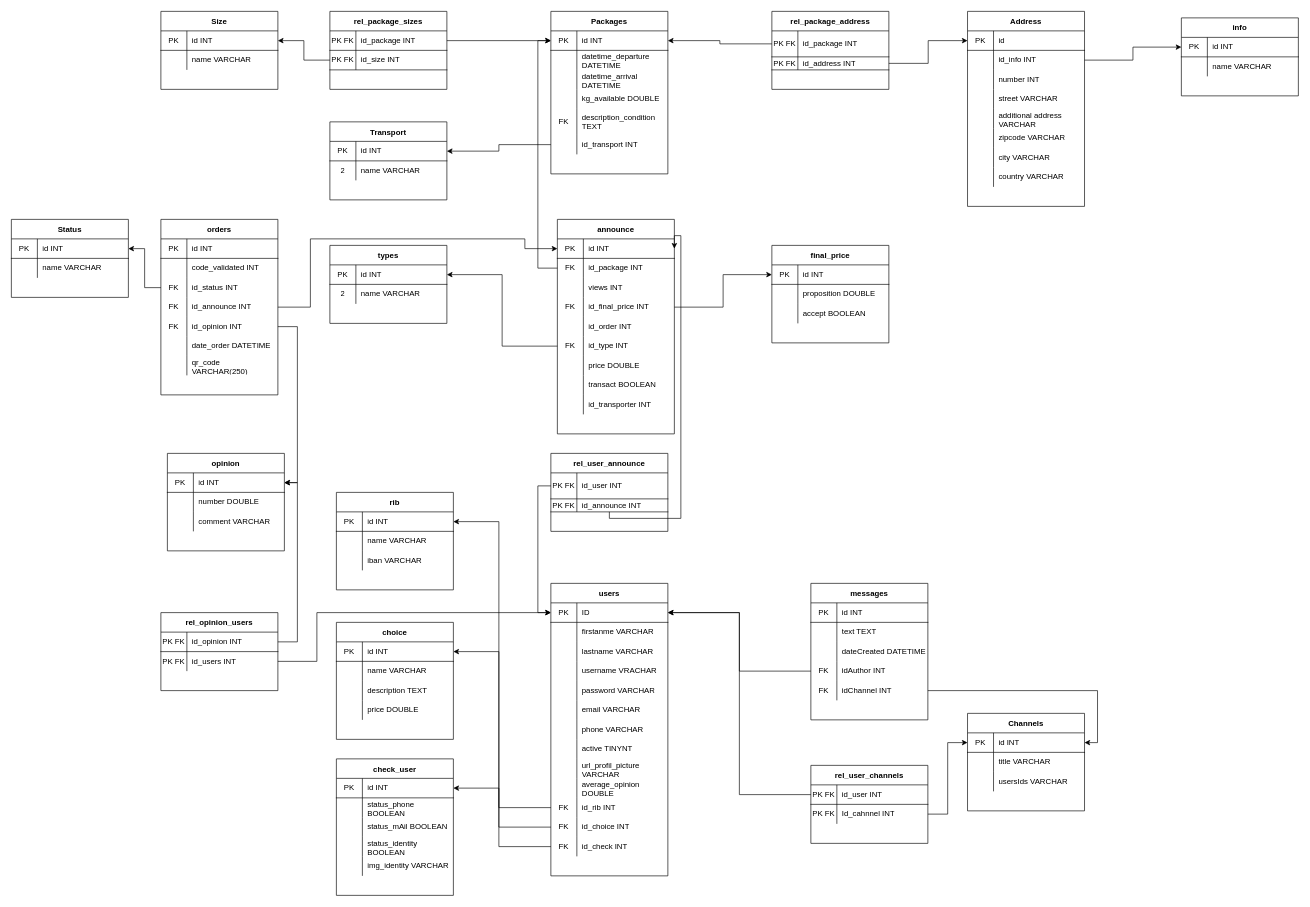
This is resource/schemabdd.drawio from COMMUNIER-Pierrick/weezli_back-end, a draw.io file, before an edit. Source tidied: cells renumbered, new cells numbered last; positions are measured from the earlier drawing's top-left corner, leaving out a move shared by most shapes. Both pictures are drawn from the tidied source at 65%, with x=0, y=0 at pixel (11, 11).
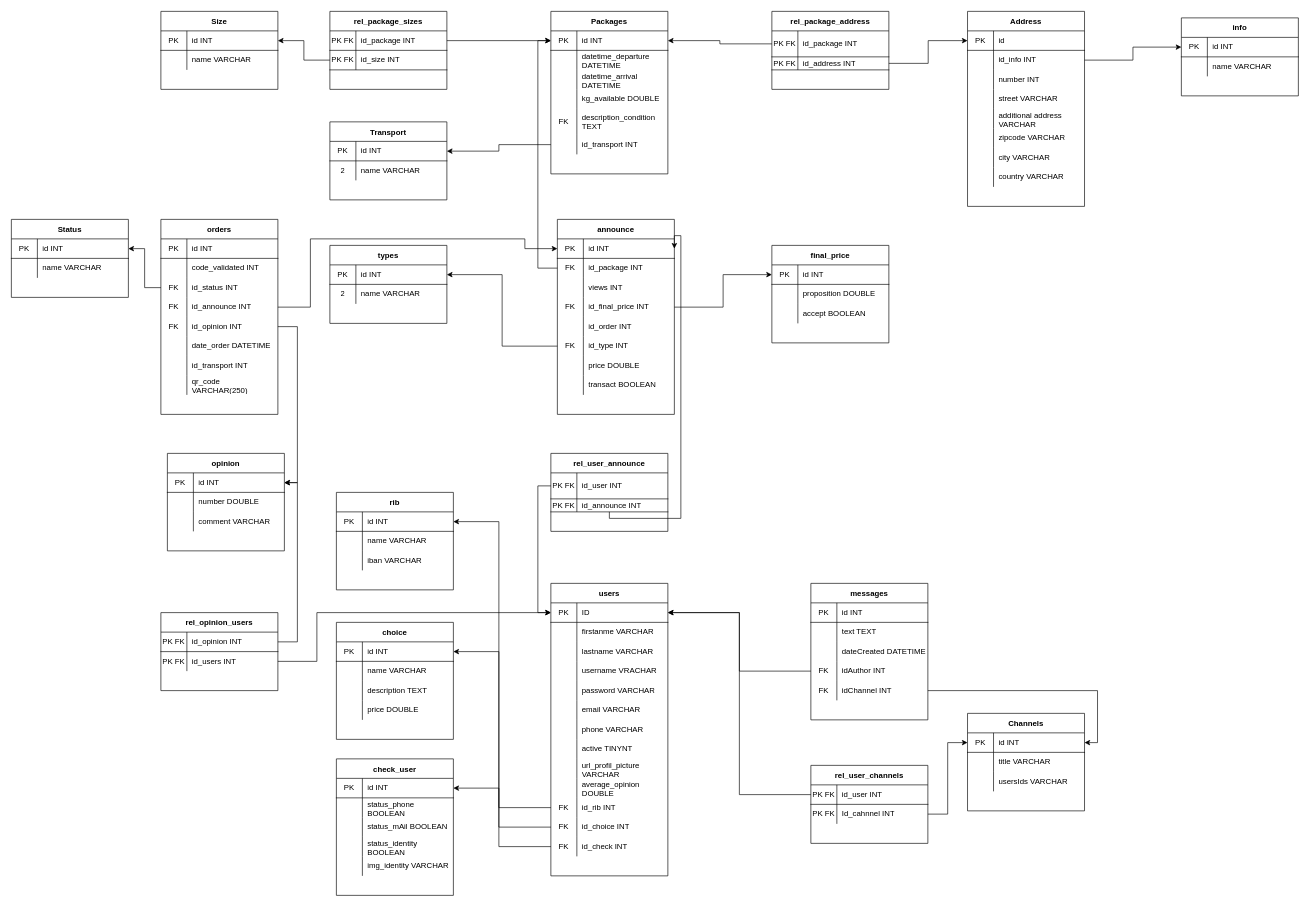
The same page after the edit.

What changed in the source:
```diff
@@
     <mxCell id="92" value="announce" style="shape=table;startSize=30;childLayout=tableLayout;rowLines=0;fontStyle=1;align=center;" parent="1" vertex="1">
-      <mxGeometry x="840" y="320" width="180" height="330" as="geometry" />
+      <mxGeometry x="840" y="320" width="180" height="300" as="geometry" />
     </mxCell>
@@
-    <mxCell id="117" style="shape=partialRectangle;html=1;whiteSpace=wrap;fillColor=none;top=0;left=0;bottom=0;right=0;" parent="92" vertex="1">
-      <mxGeometry y="270" width="180" height="30" as="geometry" />
-    </mxCell>
-    <mxCell id="118" style="shape=partialRectangle;html=1;whiteSpace=wrap;fillColor=none;top=0;left=0;bottom=0;right=0;overflow=hidden;" parent="117" vertex="1">
-      <mxGeometry width="40" height="30" as="geometry" />
-    </mxCell>
-    <mxCell id="119" value="id_transporter INT" style="shape=partialRectangle;html=1;whiteSpace=wrap;fillColor=none;top=0;left=0;bottom=0;right=0;align=left;spacingLeft=6;overflow=hidden;" parent="117" vertex="1">
-      <mxGeometry x="40" width="140" height="30" as="geometry" />
-    </mxCell>
@@
     <mxCell id="209" value="orders" style="shape=table;startSize=30;childLayout=tableLayout;rowLines=0;fontStyle=1;align=center;" parent="1" vertex="1">
-      <mxGeometry x="230" y="320" width="180" height="270" as="geometry" />
+      <mxGeometry x="230" y="320" width="180" height="300" as="geometry" />
     </mxCell>
@@
+    <mxCell id="314" style="shape=partialRectangle;html=1;whiteSpace=wrap;fillColor=none;top=0;left=0;bottom=0;right=0;" parent="209" vertex="1">
+      <mxGeometry y="180" width="180" height="30" as="geometry" />
+    </mxCell>
+    <mxCell id="118" style="shape=partialRectangle;html=1;whiteSpace=wrap;fillColor=none;top=0;left=0;bottom=0;right=0;overflow=hidden;" parent="314" vertex="1">
+      <mxGeometry width="40" height="30" as="geometry" />
+    </mxCell>
+    <mxCell id="315" value="date_order DATETIME" style="shape=partialRectangle;html=1;whiteSpace=wrap;fillColor=none;top=0;left=0;bottom=0;right=0;align=left;spacingLeft=6;overflow=hidden;" parent="314" vertex="1">
+      <mxGeometry x="40" width="140" height="30" as="geometry" />
+    </mxCell>
     <mxCell id="225" style="shape=partialRectangle;html=1;whiteSpace=wrap;fillColor=none;top=0;left=0;bottom=0;right=0;" parent="209" vertex="1">
-      <mxGeometry y="180" width="180" height="30" as="geometry" />
+      <mxGeometry y="210" width="180" height="30" as="geometry" />
     </mxCell>
@@
-    <mxCell id="227" value="date_order DATETIME" style="shape=partialRectangle;html=1;whiteSpace=wrap;fillColor=none;top=0;left=0;bottom=0;right=0;align=left;spacingLeft=6;overflow=hidden;" parent="225" vertex="1">
+    <mxCell id="227" value="id_transport INT" style="shape=partialRectangle;html=1;whiteSpace=wrap;fillColor=none;top=0;left=0;bottom=0;right=0;align=left;spacingLeft=6;overflow=hidden;" parent="225" vertex="1">
       <mxGeometry x="40" width="140" height="30" as="geometry" />
     </mxCell>
     <mxCell id="228" style="shape=partialRectangle;html=1;whiteSpace=wrap;fillColor=none;top=0;left=0;bottom=0;right=0;" parent="209" vertex="1">
-      <mxGeometry y="210" width="180" height="30" as="geometry" />
+      <mxGeometry y="240" width="180" height="30" as="geometry" />
     </mxCell>
```
